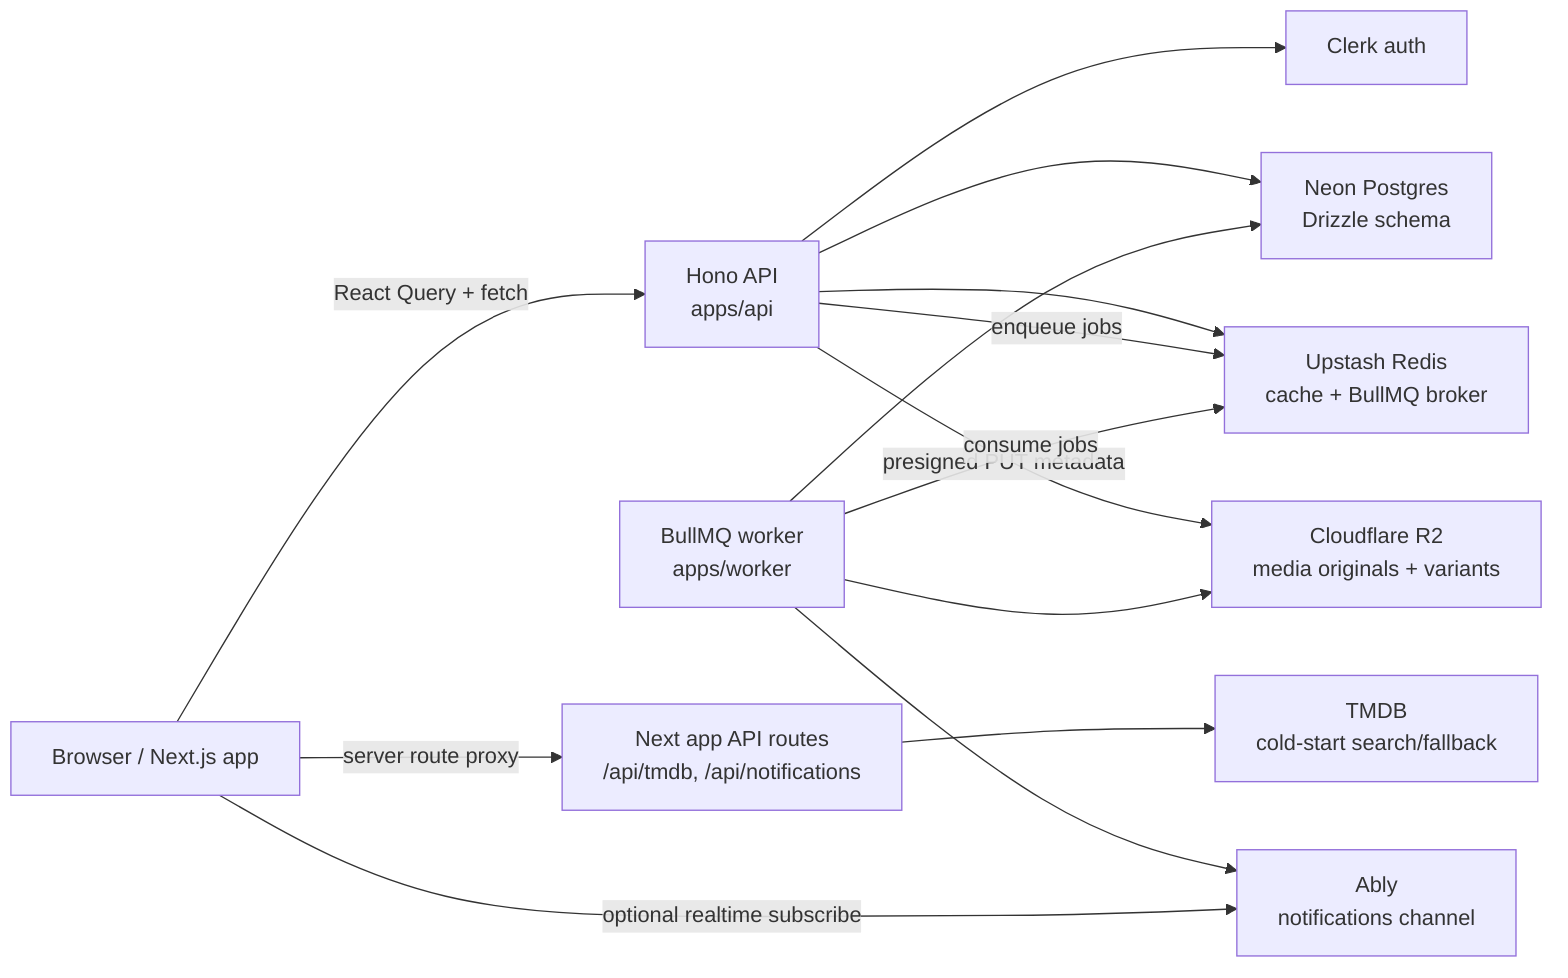
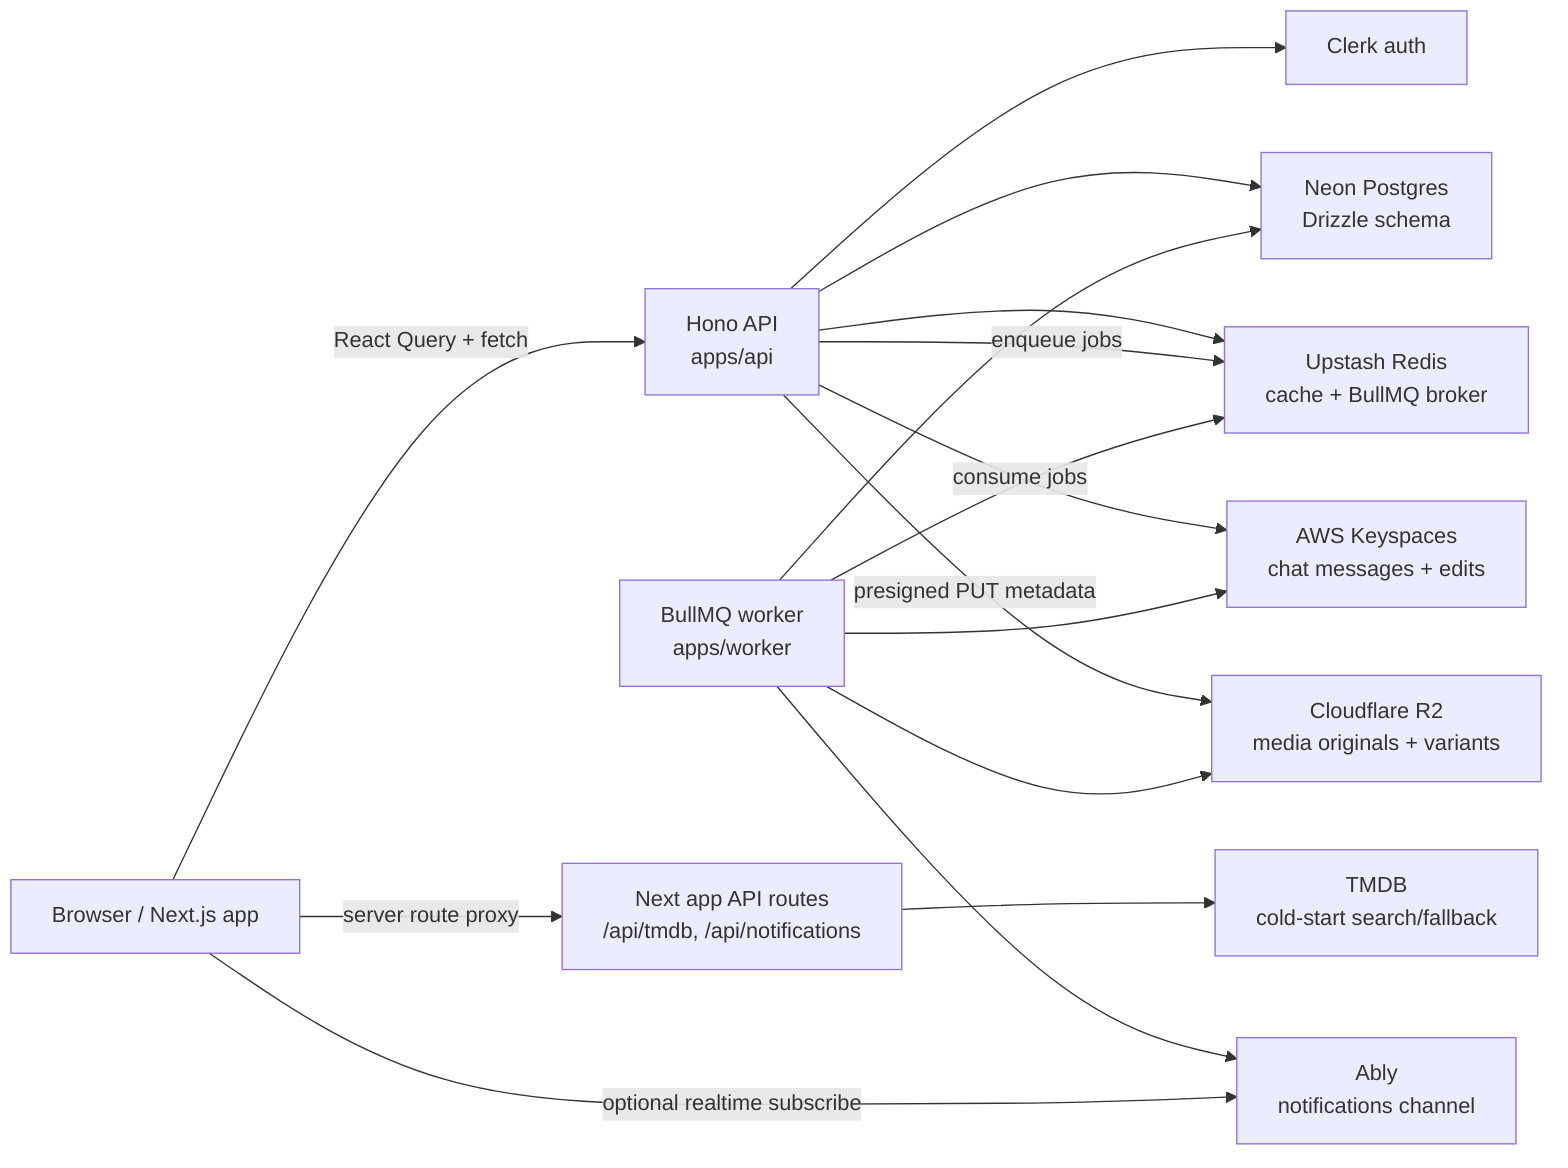
flowchart LR
  Browser["Browser / Next.js app"]
  NextApi["Next app API routes\n/api/tmdb, /api/notifications"]
  Hono["Hono API\napps/api"]
  Clerk["Clerk auth"]
  Neon["Neon Postgres\nDrizzle schema"]
  Redis["Upstash Redis\ncache + BullMQ broker"]
+   Keyspaces["AWS Keyspaces\nchat messages + edits"]
  Worker["BullMQ worker\napps/worker"]
  R2["Cloudflare R2\nmedia originals + variants"]
  Ably["Ably\nnotifications channel"]
  TMDB["TMDB\ncold-start search/fallback"]

  Browser -->|React Query + fetch| Hono
  Browser -->|server route proxy| NextApi
  NextApi --> TMDB
  Hono --> Clerk
  Hono --> Neon
  Hono --> Redis
+   Hono --> Keyspaces
  Hono -->|presigned PUT metadata| R2
  Hono -->|enqueue jobs| Redis
  Worker -->|consume jobs| Redis
  Worker --> Neon
+   Worker --> Keyspaces
  Worker --> R2
  Worker --> Ably
  Browser -->|optional realtime subscribe| Ably
